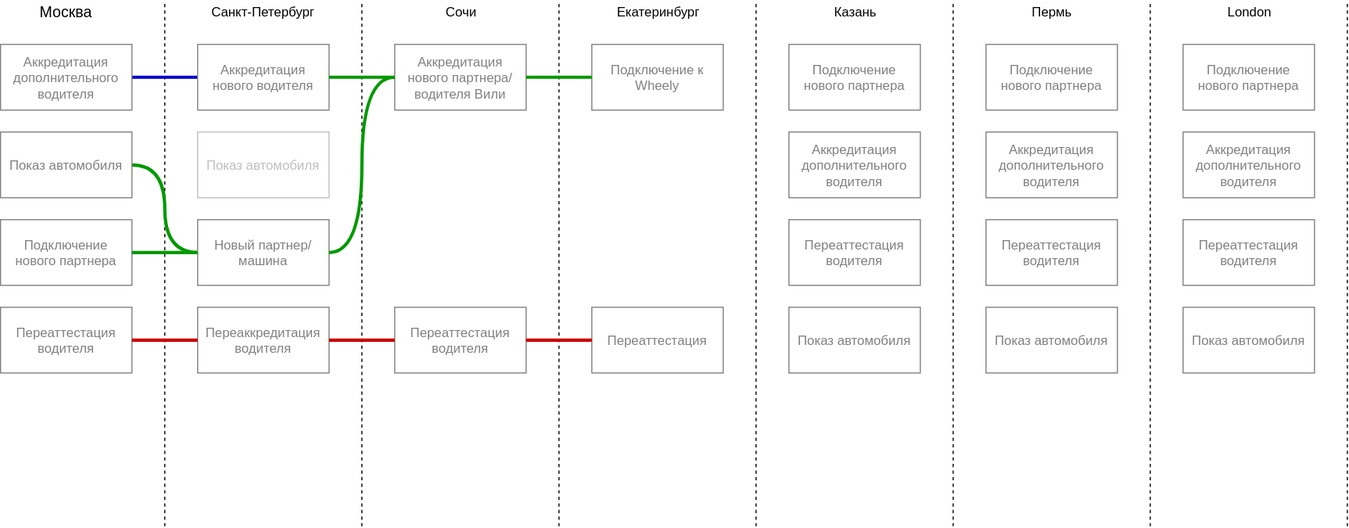
This is reservio.svg from ajile/draw-io, a draw.io export, as it was before one commit. Source tidied: cells renumbered, new cells last; positions are measured from the earlier drawing's top-left corner, leaving out a move shared by most shapes.
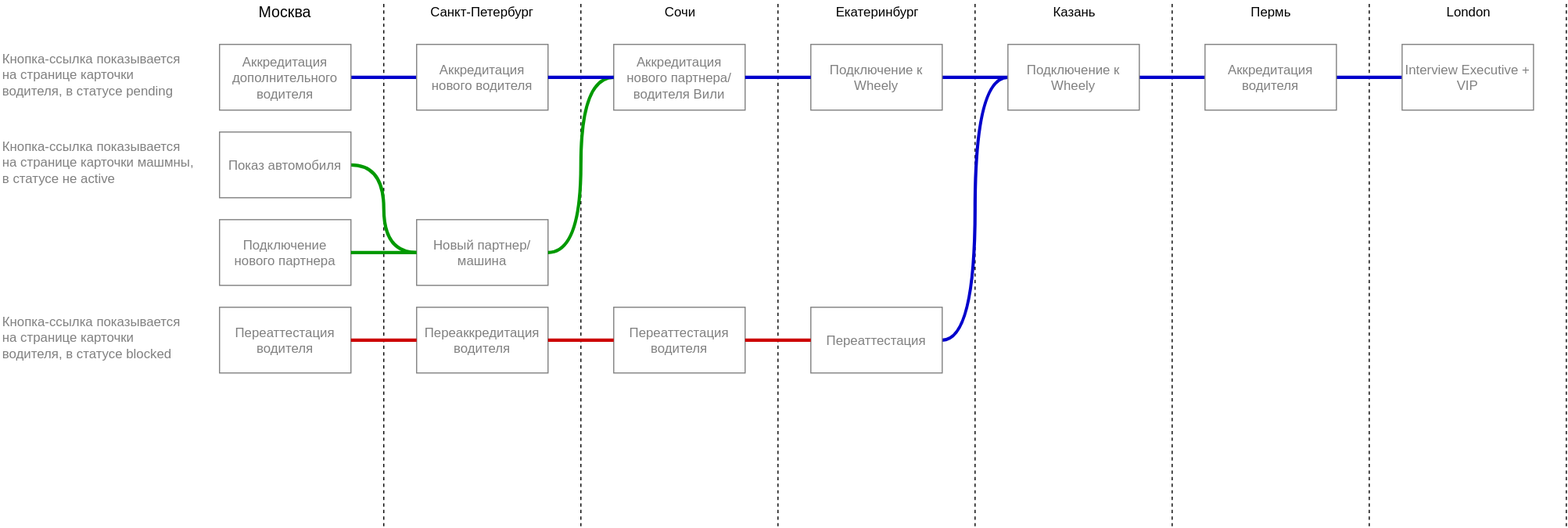
The same file after the commit.

Change to the diagram source:
```diff
@@ -72,9 +72,15 @@
         <mxPoint x="690" as="targetPoint" />
       </mxGeometry>
     </mxCell>
+    <mxCell id="50" style="edgeStyle=orthogonalEdgeStyle;curved=1;rounded=0;html=1;entryX=0;entryY=0.5;startSize=2;endArrow=none;endFill=0;endSize=2;jettySize=auto;strokeColor=#0000CC;strokeWidth=3;fontSize=12;fontColor=#808080;" parent="2" edge="1" source="22" target="27">
+      <mxGeometry relative="1" as="geometry" />
+    </mxCell>
     <mxCell id="22" value="Переаттестация" style="rounded=0;whiteSpace=wrap;html=1;strokeColor=#808080;fontColor=#808080;fontSize=12;" parent="2" vertex="1">
       <mxGeometry x="540" y="280" width="120" height="60" as="geometry" />
     </mxCell>
+    <mxCell id="51" style="edgeStyle=orthogonalEdgeStyle;curved=1;rounded=0;html=1;entryX=0;entryY=0.5;startSize=2;endArrow=none;endFill=0;endSize=2;jettySize=auto;strokeColor=#0000CC;strokeWidth=3;fontSize=12;fontColor=#808080;" parent="2" edge="1" source="23" target="27">
+      <mxGeometry relative="1" as="geometry" />
+    </mxCell>
     <mxCell id="23" value="Подключение к Wheely" style="rounded=0;whiteSpace=wrap;html=1;strokeColor=#808080;fontColor=#808080;fontSize=12;" parent="2" vertex="1">
       <mxGeometry x="540" y="40" width="120" height="60" as="geometry" />
     </mxCell>
@@ -87,18 +93,12 @@
         <mxPoint x="870" as="targetPoint" />
       </mxGeometry>
     </mxCell>
-    <mxCell id="26" value="Аккредитация дополнительного водителя" style="rounded=0;whiteSpace=wrap;html=1;strokeColor=#808080;fontColor=#808080;fontSize=12;" parent="2" vertex="1">
-      <mxGeometry x="720" y="120" width="120" height="60" as="geometry" />
-    </mxCell>
+    <mxCell id="52" style="edgeStyle=orthogonalEdgeStyle;curved=1;rounded=0;html=1;startSize=2;endArrow=none;endFill=0;endSize=2;jettySize=auto;strokeColor=#0000CC;strokeWidth=3;fontSize=12;fontColor=#808080;" parent="2" edge="1" source="27" target="33">
+      <mxGeometry relative="1" as="geometry" />
+    </mxCell>
-    <mxCell id="27" value="Подключение нового партнера" style="rounded=0;whiteSpace=wrap;html=1;strokeColor=#808080;fontColor=#808080;fontSize=12;" parent="2" vertex="1">
+    <mxCell id="27" value="Подключение к Wheely" style="rounded=0;whiteSpace=wrap;html=1;strokeColor=#808080;fontColor=#808080;fontSize=12;" parent="2" vertex="1">
       <mxGeometry x="720" y="40" width="120" height="60" as="geometry" />
     </mxCell>
-    <mxCell id="28" value="Переаттестация водителя" style="rounded=0;whiteSpace=wrap;html=1;strokeColor=#808080;fontColor=#808080;fontSize=12;" parent="2" vertex="1">
-      <mxGeometry x="720" y="200" width="120" height="60" as="geometry" />
-    </mxCell>
-    <mxCell id="29" value="Показ автомобиля" style="rounded=0;whiteSpace=wrap;html=1;strokeColor=#808080;fontColor=#808080;fontSize=12;" parent="2" vertex="1">
-      <mxGeometry x="720" y="280" width="120" height="60" as="geometry" />
-    </mxCell>
     <mxCell id="30" value="&lt;div style=&quot;text-align: left&quot;&gt;Пермь&lt;br&gt;&lt;/div&gt;" style="text;html=1;strokeColor=none;fillColor=none;align=center;verticalAlign=middle;whiteSpace=wrap;" parent="2" vertex="1">
       <mxGeometry x="900" width="120" height="20" as="geometry" />
     </mxCell>
@@ -108,18 +108,12 @@
         <mxPoint x="1050" as="targetPoint" />
       </mxGeometry>
     </mxCell>
-    <mxCell id="32" value="Аккредитация дополнительного водителя" style="rounded=0;whiteSpace=wrap;html=1;strokeColor=#808080;fontColor=#808080;fontSize=12;" parent="2" vertex="1">
-      <mxGeometry x="900" y="120" width="120" height="60" as="geometry" />
-    </mxCell>
+    <mxCell id="53" style="edgeStyle=orthogonalEdgeStyle;curved=1;rounded=0;html=1;startSize=2;endArrow=none;endFill=0;endSize=2;jettySize=auto;strokeColor=#0000CC;strokeWidth=3;fontSize=12;fontColor=#808080;" parent="2" edge="1" source="33" target="39">
+      <mxGeometry relative="1" as="geometry" />
+    </mxCell>
-    <mxCell id="33" value="Подключение нового партнера" style="rounded=0;whiteSpace=wrap;html=1;strokeColor=#808080;fontColor=#808080;fontSize=12;" parent="2" vertex="1">
+    <mxCell id="33" value="Аккредитация водителя" style="rounded=0;whiteSpace=wrap;html=1;strokeColor=#808080;fontColor=#808080;fontSize=12;" parent="2" vertex="1">
       <mxGeometry x="900" y="40" width="120" height="60" as="geometry" />
     </mxCell>
-    <mxCell id="34" value="Переаттестация водителя" style="rounded=0;whiteSpace=wrap;html=1;strokeColor=#808080;fontColor=#808080;fontSize=12;" parent="2" vertex="1">
-      <mxGeometry x="900" y="200" width="120" height="60" as="geometry" />
-    </mxCell>
-    <mxCell id="35" value="Показ автомобиля" style="rounded=0;whiteSpace=wrap;html=1;strokeColor=#808080;fontColor=#808080;fontSize=12;" parent="2" vertex="1">
-      <mxGeometry x="900" y="280" width="120" height="60" as="geometry" />
-    </mxCell>
     <mxCell id="36" value="&lt;div style=&quot;text-align: left&quot;&gt;London&lt;br&gt;&lt;/div&gt;" style="text;html=1;strokeColor=none;fillColor=none;align=center;verticalAlign=middle;whiteSpace=wrap;" parent="2" vertex="1">
       <mxGeometry x="1080" width="120" height="20" as="geometry" />
     </mxCell>
@@ -129,18 +123,9 @@
         <mxPoint x="1230" as="targetPoint" />
       </mxGeometry>
     </mxCell>
-    <mxCell id="38" value="Аккредитация дополнительного водителя" style="rounded=0;whiteSpace=wrap;html=1;strokeColor=#808080;fontColor=#808080;fontSize=12;" parent="2" vertex="1">
-      <mxGeometry x="1080" y="120" width="120" height="60" as="geometry" />
-    </mxCell>
-    <mxCell id="39" value="Подключение нового партнера" style="rounded=0;whiteSpace=wrap;html=1;strokeColor=#808080;fontColor=#808080;fontSize=12;" parent="2" vertex="1">
+    <mxCell id="39" value="Interview Executive + VIP" style="rounded=0;whiteSpace=wrap;html=1;strokeColor=#808080;fontColor=#808080;fontSize=12;" parent="2" vertex="1">
       <mxGeometry x="1080" y="40" width="120" height="60" as="geometry" />
     </mxCell>
-    <mxCell id="40" value="Переаттестация водителя" style="rounded=0;whiteSpace=wrap;html=1;strokeColor=#808080;fontColor=#808080;fontSize=12;" parent="2" vertex="1">
-      <mxGeometry x="1080" y="200" width="120" height="60" as="geometry" />
-    </mxCell>
-    <mxCell id="41" value="Показ автомобиля" style="rounded=0;whiteSpace=wrap;html=1;strokeColor=#808080;fontColor=#808080;fontSize=12;" parent="2" vertex="1">
-      <mxGeometry x="1080" y="280" width="120" height="60" as="geometry" />
-    </mxCell>
     <mxCell id="42" style="edgeStyle=orthogonalEdgeStyle;rounded=0;html=1;entryX=0;entryY=0.5;jettySize=auto;fontSize=12;fontColor=#808080;strokeColor=#009900;strokeWidth=3;exitX=1;exitY=0.5;curved=1;startSize=2;endSize=2;endArrow=none;endFill=0;" parent="2" edge="1" source="7" target="13">
       <mxGeometry relative="1" as="geometry" />
     </mxCell>
@@ -150,20 +135,26 @@
     <mxCell id="44" style="edgeStyle=orthogonalEdgeStyle;rounded=0;html=1;entryX=0;entryY=0.5;jettySize=auto;fontSize=12;fontColor=#808080;strokeColor=#009900;strokeWidth=3;curved=1;startSize=2;endSize=2;endArrow=none;endFill=0;exitX=1;exitY=0.5;" parent="2" edge="1" source="13" target="19">
       <mxGeometry relative="1" as="geometry" />
     </mxCell>
+    <mxCell id="46" style="edgeStyle=orthogonalEdgeStyle;rounded=0;html=1;entryX=0;entryY=0.5;jettySize=auto;fontSize=12;fontColor=#808080;strokeColor=#CC0000;strokeWidth=3;exitX=1;exitY=0.5;curved=1;startSize=2;endSize=2;endArrow=none;endFill=0;" parent="2" edge="1" source="15" target="18">
+      <mxGeometry relative="1" as="geometry" />
+    </mxCell>
+    <mxCell id="49" style="edgeStyle=orthogonalEdgeStyle;rounded=0;html=1;entryX=0;entryY=0.5;jettySize=auto;fontSize=12;fontColor=#808080;strokeColor=#CC0000;strokeWidth=3;exitX=1;exitY=0.5;curved=1;startSize=2;endSize=2;endArrow=none;endFill=0;" parent="2" edge="1" source="18" target="22">
+      <mxGeometry relative="1" as="geometry" />
+    </mxCell>
-    <mxCell id="45" style="edgeStyle=orthogonalEdgeStyle;rounded=0;html=1;jettySize=auto;fontSize=12;fontColor=#808080;strokeColor=#009900;strokeWidth=3;curved=1;startSize=2;endSize=2;endArrow=none;endFill=0;exitX=1;exitY=0.5;entryX=0;entryY=0.5;" parent="2" edge="1" source="14" target="19">
+    <mxCell id="45" style="edgeStyle=orthogonalEdgeStyle;curved=1;rounded=0;html=1;entryX=0;entryY=0.5;startSize=2;endArrow=none;endFill=0;endSize=2;jettySize=auto;strokeColor=#0000CC;strokeWidth=3;fontSize=12;fontColor=#808080;exitX=1;exitY=0.5;" parent="2" edge="1" source="14" target="19">
       <mxGeometry relative="1" as="geometry" />
     </mxCell>
-    <mxCell id="46" style="edgeStyle=orthogonalEdgeStyle;rounded=0;html=1;entryX=0;entryY=0.5;jettySize=auto;fontSize=12;fontColor=#808080;strokeColor=#CC0000;strokeWidth=3;exitX=1;exitY=0.5;curved=1;startSize=2;endSize=2;endArrow=none;endFill=0;" parent="2" edge="1" source="15" target="18">
-      <mxGeometry relative="1" as="geometry" />
-    </mxCell>
-    <mxCell id="47" value="Показ автомобиля" style="rounded=0;whiteSpace=wrap;html=1;strokeColor=#808080;fontColor=#808080;fontSize=12;opacity=50;textOpacity=50;" parent="2" vertex="1">
-      <mxGeometry x="180" y="120" width="120" height="60" as="geometry" />
-    </mxCell>
-    <mxCell id="48" style="edgeStyle=orthogonalEdgeStyle;rounded=0;html=1;entryX=0;entryY=0.5;jettySize=auto;fontSize=12;fontColor=#808080;strokeColor=#009900;strokeWidth=3;curved=1;startSize=2;endSize=2;endArrow=none;endFill=0;exitX=1;exitY=0.5;" parent="2" edge="1" source="19" target="23">
+    <mxCell id="48" style="edgeStyle=orthogonalEdgeStyle;curved=1;rounded=0;html=1;entryX=0;entryY=0.5;startSize=2;endArrow=none;endFill=0;endSize=2;jettySize=auto;strokeColor=#0000CC;strokeWidth=3;fontSize=12;fontColor=#808080;exitX=1;exitY=0.5;" parent="2" edge="1" source="19" target="23">
       <mxGeometry relative="1" as="geometry" />
     </mxCell>
-    <mxCell id="49" style="edgeStyle=orthogonalEdgeStyle;rounded=0;html=1;entryX=0;entryY=0.5;jettySize=auto;fontSize=12;fontColor=#808080;strokeColor=#CC0000;strokeWidth=3;exitX=1;exitY=0.5;curved=1;startSize=2;endSize=2;endArrow=none;endFill=0;" parent="2" edge="1" source="18" target="22">
-      <mxGeometry relative="1" as="geometry" />
-    </mxCell>
+    <mxCell id="54" value="Кнопка-ссылка показывается на странице карточки водителя, в статусе pending" style="text;html=1;strokeColor=none;fillColor=none;align=left;verticalAlign=top;whiteSpace=wrap;fontSize=12;fontColor=#808080;horizontal=1;" parent="2" vertex="1">
+      <mxGeometry x="-200" y="40" width="180" height="60" as="geometry" />
+    </mxCell>
+    <mxCell id="55" value="Кнопка-ссылка показывается на странице карточки машмны, в статусе не active" style="text;html=1;strokeColor=none;fillColor=none;align=left;verticalAlign=top;whiteSpace=wrap;fontSize=12;fontColor=#808080;horizontal=1;" parent="2" vertex="1">
+      <mxGeometry x="-200" y="120" width="180" height="60" as="geometry" />
+    </mxCell>
+    <mxCell id="56" value="Кнопка-ссылка показывается на странице карточки водителя, в статусе blocked" style="text;html=1;strokeColor=none;fillColor=none;align=left;verticalAlign=top;whiteSpace=wrap;fontSize=12;fontColor=#808080;horizontal=1;" parent="2" vertex="1">
+      <mxGeometry x="-200" y="280" width="180" height="60" as="geometry" />
+    </mxCell>
   </root>
 </mxGraphModel>
```
